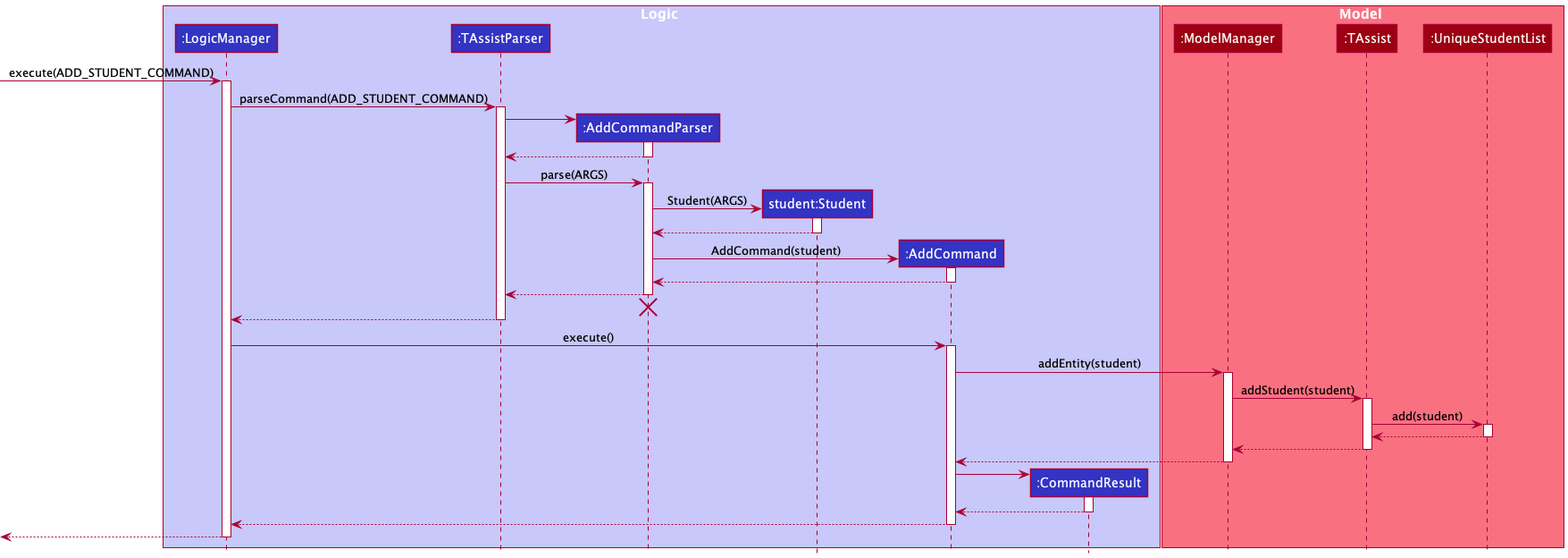
Before: docs/images/AddSequenceDiagram.png, a diagram exported from PlantUML (nus-cs2103-AY2122S2/tp).
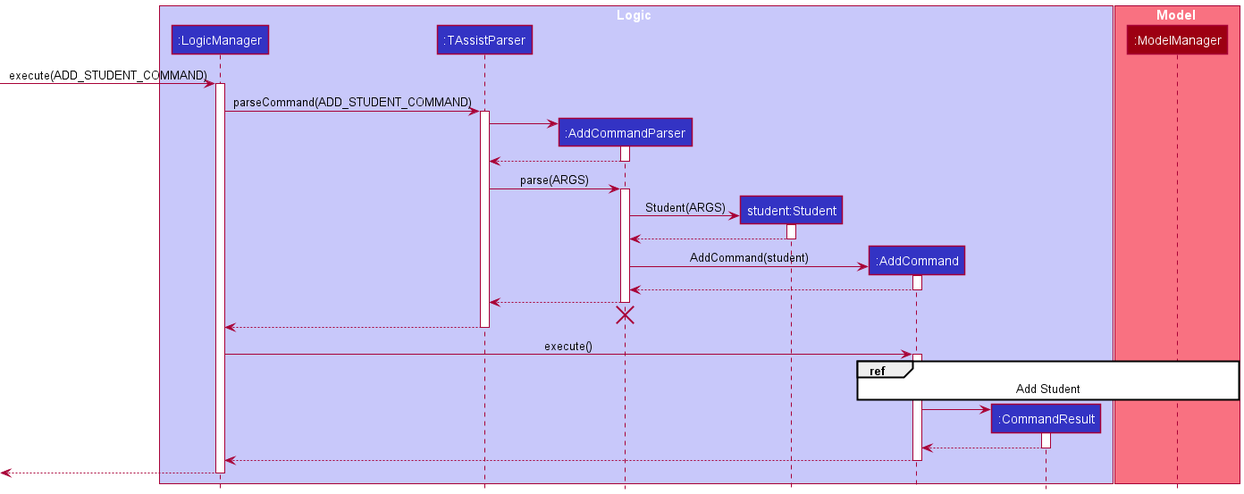
Above is the later version.

Commit message:
Update add and delete sequence diagrams

The edit, as a diff of the source:
```diff
@@ -12,8 +12,6 @@
 
 box Model MODEL_COLOR_T1
 participant ":ModelManager" as ModelManager MODEL_COLOR
-participant ":TAssist" as TAssist MODEL_COLOR
-participant ":UniqueStudentList" as UniqueStudentList MODEL_COLOR
 end box
 
 [-> LogicManager : execute(ADD_STUDENT_COMMAND)
@@ -57,23 +55,7 @@
 LogicManager -> AddCommand : execute()
 activate AddCommand
 
-AddCommand -> ModelManager : addEntity(student)
-activate ModelManager
-
-ModelManager -> TAssist : addStudent(student)
-activate TAssist
-
-TAssist -> UniqueStudentList : add(student)
-activate UniqueStudentList
-
-UniqueStudentList --> TAssist
-deactivate UniqueStudentList
-
-TAssist --> ModelManager
-deactivate TAssist
-
-ModelManager --> AddCommand
-deactivate ModelManager
+ref over AddCommand, ModelManager : Add Student
 
 create CommandResult
 AddCommand -> CommandResult
```
